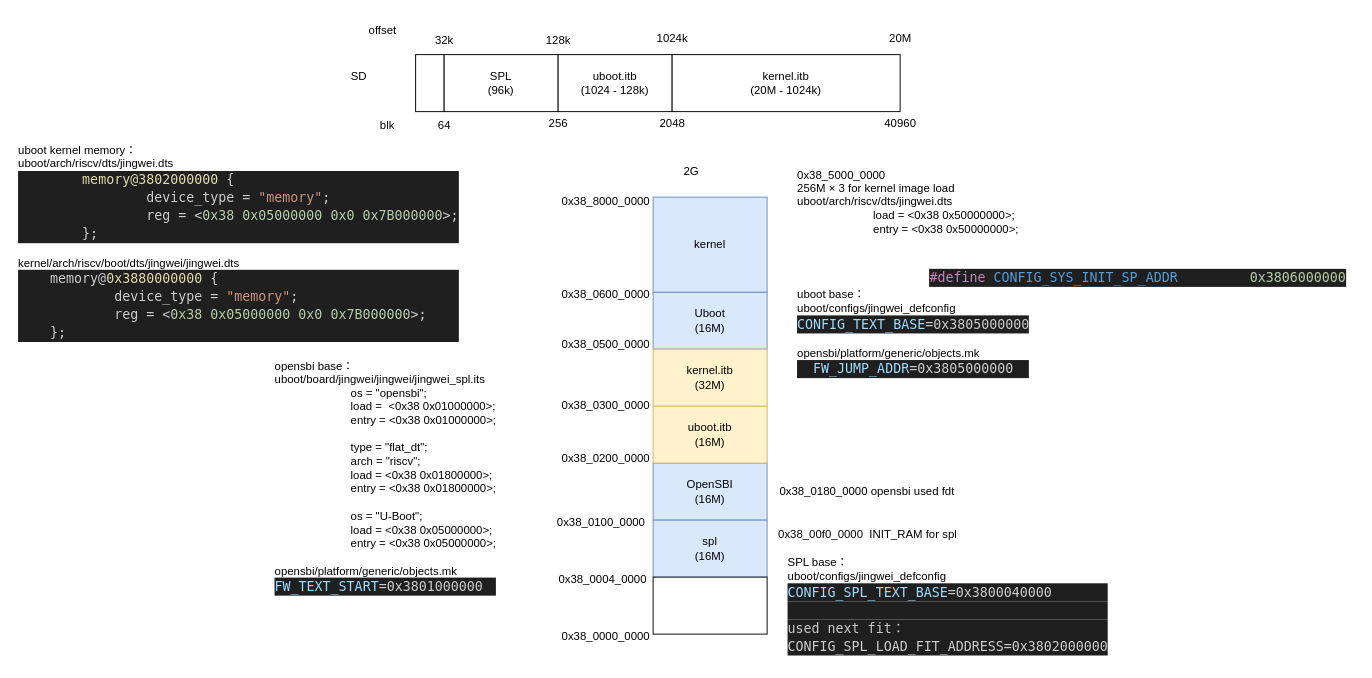
The draw.io diagram page "memory layout" (2 of 2) of jingwei.drawio in thomas-coding/drawio, before the edit. Source tidied: cells renumbered, new cells numbered last; positions are measured from the earlier drawing's top-left corner, leaving out a move shared by most shapes. Both pictures are drawn from the tidied source at 95%, with x=0, y=0 at pixel (16, 16).
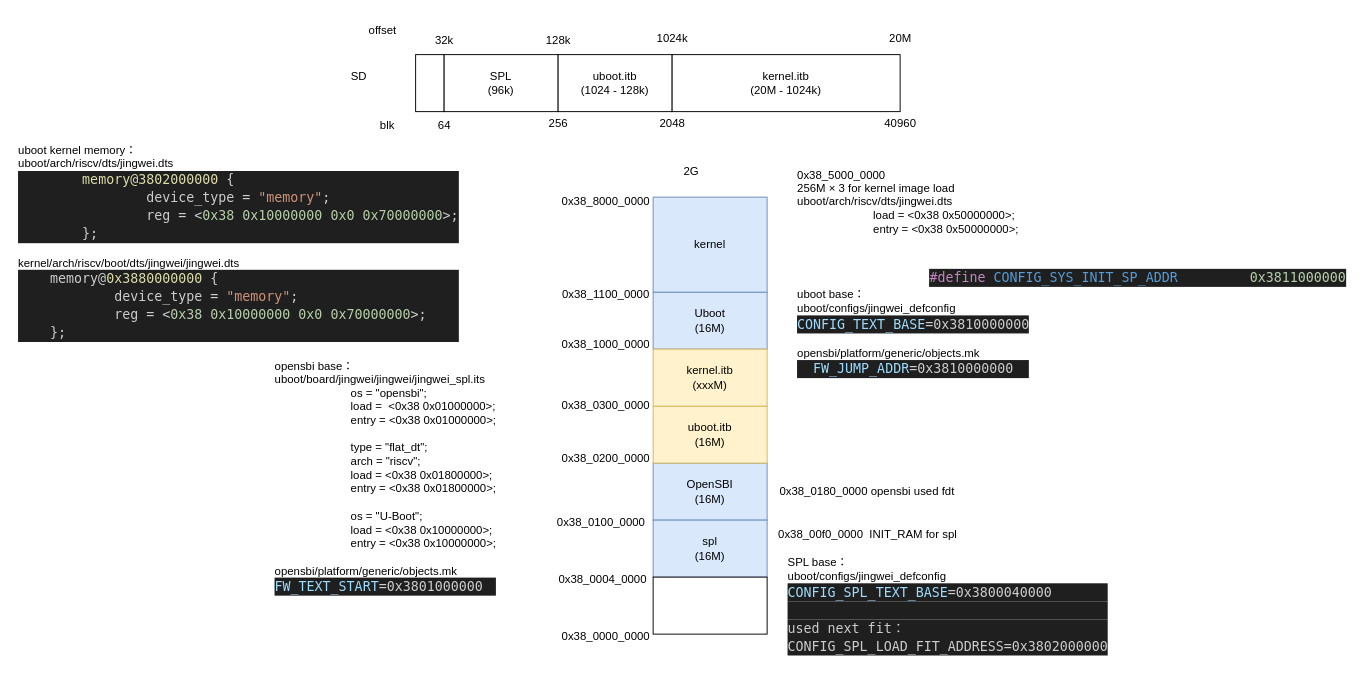
After the change.

What changed in the source:
```diff
@@
-    <mxCell id="27" value="kernel.itb&lt;br&gt;(32M)" style="rounded=0;whiteSpace=wrap;html=1;fillColor=#fff2cc;strokeColor=#d6b656;" parent="1" vertex="1">
+    <mxCell id="27" value="kernel.itb&lt;br&gt;(xxxM)" style="rounded=0;whiteSpace=wrap;html=1;fillColor=#fff2cc;strokeColor=#d6b656;" parent="1" vertex="1">
       <mxGeometry x="670" y="350" width="120" height="60" as="geometry" />
     </mxCell>
-    <mxCell id="28" value="0x38_0500_0000" style="text;html=1;align=center;verticalAlign=middle;strokeColor=none;fillColor=none;" parent="1" vertex="1">
+    <mxCell id="28" value="0x38_1000_0000" style="text;html=1;align=center;verticalAlign=middle;strokeColor=none;fillColor=none;" parent="1" vertex="1">
       <mxGeometry x="560" y="330" width="120" height="30" as="geometry" />
     </mxCell>
@@
-    <mxCell id="30" value="0x38_0600_0000" style="text;html=1;align=center;verticalAlign=middle;strokeColor=none;fillColor=none;" parent="1" vertex="1">
+    <mxCell id="30" value="0x38_1100_0000" style="text;html=1;align=center;verticalAlign=middle;strokeColor=none;fillColor=none;" parent="1" vertex="1">
       <mxGeometry x="560" y="278" width="120" height="30" as="geometry" />
     </mxCell>
@@
-    <mxCell id="33" value="&lt;div&gt;opensbi base：&lt;/div&gt;uboot/board/jingwei/jingwei/jingwei_spl.its&lt;div&gt;&lt;div&gt;&amp;nbsp; &amp;nbsp; &amp;nbsp; &amp;nbsp; &amp;nbsp; &amp;nbsp; &amp;nbsp; &amp;nbsp; &amp;nbsp; &amp;nbsp; &amp;nbsp; &amp;nbsp; os = &quot;opensbi&quot;;&lt;/div&gt;&lt;div&gt;&amp;nbsp; &amp;nbsp; &amp;nbsp; &amp;nbsp; &amp;nbsp; &amp;nbsp; &amp;nbsp; &amp;nbsp; &amp;nbsp; &amp;nbsp; &amp;nbsp; &amp;nbsp; load =&amp;nbsp; &amp;lt;0x38 0x01000000&amp;gt;;&lt;/div&gt;&lt;div&gt;&amp;nbsp; &amp;nbsp; &amp;nbsp; &amp;nbsp; &amp;nbsp; &amp;nbsp; &amp;nbsp; &amp;nbsp; &amp;nbsp; &amp;nbsp; &amp;nbsp; &amp;nbsp; entry = &amp;lt;0x38 0x01000000&amp;gt;;&lt;/div&gt;&lt;/div&gt;&lt;div&gt;&lt;br&gt;&lt;/div&gt;&lt;div&gt;&lt;div&gt;&amp;nbsp; &amp;nbsp; &amp;nbsp; &amp;nbsp; &amp;nbsp; &amp;nbsp; &amp;nbsp; &amp;nbsp; &amp;nbsp; &amp;nbsp; &amp;nbsp; &amp;nbsp; type = &quot;flat_dt&quot;;&lt;/div&gt;&lt;div&gt;&amp;nbsp; &amp;nbsp; &amp;nbsp; &amp;nbsp; &amp;nbsp; &amp;nbsp; &amp;nbsp; &amp;nbsp; &amp;nbsp; &amp;nbsp; &amp;nbsp; &amp;nbsp; arch = &quot;riscv&quot;;&lt;/div&gt;&lt;div&gt;&amp;nbsp; &amp;nbsp; &amp;nbsp; &amp;nbsp; &amp;nbsp; &amp;nbsp; &amp;nbsp; &amp;nbsp; &amp;nbsp; &amp;nbsp; &amp;nbsp; &amp;nbsp; load = &amp;lt;0x38 0x01800000&amp;gt;;&lt;/div&gt;&lt;div&gt;&amp;nbsp; &amp;nbsp; &amp;nbsp; &amp;nbsp; &amp;nbsp; &amp;nbsp; &amp;nbsp; &amp;nbsp; &amp;nbsp; &amp;nbsp; &amp;nbsp; &amp;nbsp; entry = &amp;lt;0x38 0x01800000&amp;gt;;&lt;/div&gt;&lt;/div&gt;&lt;div&gt;&lt;br&gt;&lt;/div&gt;&lt;div&gt;&lt;div&gt;&amp;nbsp; &amp;nbsp; &amp;nbsp; &amp;nbsp; &amp;nbsp; &amp;nbsp; &amp;nbsp; &amp;nbsp; &amp;nbsp; &amp;nbsp; &amp;nbsp; &amp;nbsp; os = &quot;U-Boot&quot;;&lt;/div&gt;&lt;div&gt;&amp;nbsp; &amp;nbsp; &amp;nbsp; &amp;nbsp; &amp;nbsp; &amp;nbsp; &amp;nbsp; &amp;nbsp; &amp;nbsp; &amp;nbsp; &amp;nbsp; &amp;nbsp; load = &amp;lt;0x38 0x05000000&amp;gt;;&lt;/div&gt;&lt;div&gt;&amp;nbsp; &amp;nbsp; &amp;nbsp; &amp;nbsp; &amp;nbsp; &amp;nbsp; &amp;nbsp; &amp;nbsp; &amp;nbsp; &amp;nbsp; &amp;nbsp; &amp;nbsp; entry = &amp;lt;0x38 0x05000000&amp;gt;;&lt;/div&gt;&lt;/div&gt;&lt;div&gt;&lt;br&gt;&lt;/div&gt;&lt;div&gt;opensbi/platform/generic/objects.mk&lt;br&gt;&lt;/div&gt;&lt;div&gt;&lt;div style=&quot;color: rgb(204, 204, 204); background-color: rgb(31, 31, 31); font-family: &amp;quot;Droid Sans Mono&amp;quot;, &amp;quot;monospace&amp;quot;, monospace; font-size: 14px; line-height: 19px; white-space: pre;&quot;&gt;&lt;span style=&quot;color: #9cdcfe;&quot;&gt;FW_TEXT_START&lt;/span&gt;=0x3801000000&lt;/div&gt;&lt;/div&gt;" style="text;html=1;align=left;verticalAlign=middle;strokeColor=none;fillColor=none;" parent="1" vertex="1">
+    <mxCell id="33" value="&lt;div&gt;opensbi base：&lt;/div&gt;uboot/board/jingwei/jingwei/jingwei_spl.its&lt;div&gt;&lt;div&gt;&amp;nbsp; &amp;nbsp; &amp;nbsp; &amp;nbsp; &amp;nbsp; &amp;nbsp; &amp;nbsp; &amp;nbsp; &amp;nbsp; &amp;nbsp; &amp;nbsp; &amp;nbsp; os = &quot;opensbi&quot;;&lt;/div&gt;&lt;div&gt;&amp;nbsp; &amp;nbsp; &amp;nbsp; &amp;nbsp; &amp;nbsp; &amp;nbsp; &amp;nbsp; &amp;nbsp; &amp;nbsp; &amp;nbsp; &amp;nbsp; &amp;nbsp; load =&amp;nbsp; &amp;lt;0x38 0x01000000&amp;gt;;&lt;/div&gt;&lt;div&gt;&amp;nbsp; &amp;nbsp; &amp;nbsp; &amp;nbsp; &amp;nbsp; &amp;nbsp; &amp;nbsp; &amp;nbsp; &amp;nbsp; &amp;nbsp; &amp;nbsp; &amp;nbsp; entry = &amp;lt;0x38 0x01000000&amp;gt;;&lt;/div&gt;&lt;/div&gt;&lt;div&gt;&lt;br&gt;&lt;/div&gt;&lt;div&gt;&lt;div&gt;&amp;nbsp; &amp;nbsp; &amp;nbsp; &amp;nbsp; &amp;nbsp; &amp;nbsp; &amp;nbsp; &amp;nbsp; &amp;nbsp; &amp;nbsp; &amp;nbsp; &amp;nbsp; type = &quot;flat_dt&quot;;&lt;/div&gt;&lt;div&gt;&amp;nbsp; &amp;nbsp; &amp;nbsp; &amp;nbsp; &amp;nbsp; &amp;nbsp; &amp;nbsp; &amp;nbsp; &amp;nbsp; &amp;nbsp; &amp;nbsp; &amp;nbsp; arch = &quot;riscv&quot;;&lt;/div&gt;&lt;div&gt;&amp;nbsp; &amp;nbsp; &amp;nbsp; &amp;nbsp; &amp;nbsp; &amp;nbsp; &amp;nbsp; &amp;nbsp; &amp;nbsp; &amp;nbsp; &amp;nbsp; &amp;nbsp; load = &amp;lt;0x38 0x01800000&amp;gt;;&lt;/div&gt;&lt;div&gt;&amp;nbsp; &amp;nbsp; &amp;nbsp; &amp;nbsp; &amp;nbsp; &amp;nbsp; &amp;nbsp; &amp;nbsp; &amp;nbsp; &amp;nbsp; &amp;nbsp; &amp;nbsp; entry = &amp;lt;0x38 0x01800000&amp;gt;;&lt;/div&gt;&lt;/div&gt;&lt;div&gt;&lt;br&gt;&lt;/div&gt;&lt;div&gt;&lt;div&gt;&amp;nbsp; &amp;nbsp; &amp;nbsp; &amp;nbsp; &amp;nbsp; &amp;nbsp; &amp;nbsp; &amp;nbsp; &amp;nbsp; &amp;nbsp; &amp;nbsp; &amp;nbsp; os = &quot;U-Boot&quot;;&lt;/div&gt;&lt;div&gt;&amp;nbsp; &amp;nbsp; &amp;nbsp; &amp;nbsp; &amp;nbsp; &amp;nbsp; &amp;nbsp; &amp;nbsp; &amp;nbsp; &amp;nbsp; &amp;nbsp; &amp;nbsp; load = &amp;lt;0x38 0x10000000&amp;gt;;&lt;/div&gt;&lt;div&gt;&amp;nbsp; &amp;nbsp; &amp;nbsp; &amp;nbsp; &amp;nbsp; &amp;nbsp; &amp;nbsp; &amp;nbsp; &amp;nbsp; &amp;nbsp; &amp;nbsp; &amp;nbsp; entry = &amp;lt;0x38 0x10000000&amp;gt;;&lt;/div&gt;&lt;/div&gt;&lt;div&gt;&lt;br&gt;&lt;/div&gt;&lt;div&gt;opensbi/platform/generic/objects.mk&lt;br&gt;&lt;/div&gt;&lt;div&gt;&lt;div style=&quot;color: rgb(204, 204, 204); background-color: rgb(31, 31, 31); font-family: &amp;quot;Droid Sans Mono&amp;quot;, &amp;quot;monospace&amp;quot;, monospace; font-size: 14px; line-height: 19px; white-space: pre;&quot;&gt;&lt;span style=&quot;color: #9cdcfe;&quot;&gt;FW_TEXT_START&lt;/span&gt;=0x3801000000&lt;/div&gt;&lt;/div&gt;" style="text;html=1;align=left;verticalAlign=middle;strokeColor=none;fillColor=none;" parent="1" vertex="1">
       <mxGeometry x="270" y="355" width="260" height="260" as="geometry" />
     </mxCell>
-    <mxCell id="34" value="&lt;div&gt;uboot base：&lt;/div&gt;&lt;div&gt;uboot/configs/jingwei_defconfig&lt;br&gt;&lt;/div&gt;&lt;div&gt;&lt;div style=&quot;color: rgb(204, 204, 204); background-color: rgb(31, 31, 31); font-family: &amp;quot;Droid Sans Mono&amp;quot;, &amp;quot;monospace&amp;quot;, monospace; font-size: 14px; line-height: 19px; white-space: pre;&quot;&gt;&lt;span style=&quot;color: #9cdcfe;&quot;&gt;CONFIG_TEXT_BASE&lt;/span&gt;=0x3805000000&lt;/div&gt;&lt;/div&gt;&lt;div&gt;&lt;br&gt;&lt;/div&gt;&lt;div&gt;opensbi/platform/generic/objects.mk&lt;br&gt;&lt;/div&gt;&lt;div&gt;&lt;div style=&quot;background-color: rgb(31, 31, 31); line-height: 19px; white-space: pre; font-size: 14px; font-family: &amp;quot;Droid Sans Mono&amp;quot;, &amp;quot;monospace&amp;quot;, monospace; color: rgb(204, 204, 204);&quot;&gt;&lt;div style=&quot;line-height: 19px;&quot;&gt;  &lt;span style=&quot;color: #9cdcfe;&quot;&gt;FW_JUMP_ADDR&lt;/span&gt;=0x3805000000&lt;/div&gt;&lt;/div&gt;&lt;/div&gt;" style="text;html=1;align=left;verticalAlign=middle;strokeColor=none;fillColor=none;" parent="1" vertex="1">
+    <mxCell id="34" value="&lt;div&gt;uboot base：&lt;/div&gt;&lt;div&gt;uboot/configs/jingwei_defconfig&lt;br&gt;&lt;/div&gt;&lt;div&gt;&lt;div style=&quot;color: rgb(204, 204, 204); background-color: rgb(31, 31, 31); font-family: &amp;quot;Droid Sans Mono&amp;quot;, &amp;quot;monospace&amp;quot;, monospace; font-size: 14px; line-height: 19px; white-space: pre;&quot;&gt;&lt;span style=&quot;color: #9cdcfe;&quot;&gt;CONFIG_TEXT_BASE&lt;/span&gt;=0x3810000000&lt;/div&gt;&lt;/div&gt;&lt;div&gt;&lt;br&gt;&lt;/div&gt;&lt;div&gt;opensbi/platform/generic/objects.mk&lt;br&gt;&lt;/div&gt;&lt;div&gt;&lt;div style=&quot;background-color: rgb(31, 31, 31); line-height: 19px; white-space: pre; font-size: 14px; font-family: &amp;quot;Droid Sans Mono&amp;quot;, &amp;quot;monospace&amp;quot;, monospace; color: rgb(204, 204, 204);&quot;&gt;&lt;div style=&quot;line-height: 19px;&quot;&gt;  &lt;span style=&quot;color: #9cdcfe;&quot;&gt;FW_JUMP_ADDR&lt;/span&gt;=0x3810000000&lt;/div&gt;&lt;/div&gt;&lt;/div&gt;" style="text;html=1;align=left;verticalAlign=middle;strokeColor=none;fillColor=none;" parent="1" vertex="1">
       <mxGeometry x="820" y="278" width="270" height="110" as="geometry" />
     </mxCell>
@@
-    <mxCell id="36" value="uboot kernel memory：&lt;div&gt;uboot/arch/riscv/dts/jingwei.dts&lt;br&gt;&lt;/div&gt;&lt;div&gt;&lt;div style=&quot;color: rgb(204, 204, 204); background-color: rgb(31, 31, 31); font-family: &amp;quot;Droid Sans Mono&amp;quot;, &amp;quot;monospace&amp;quot;, monospace; font-size: 14px; line-height: 19px; white-space: pre;&quot;&gt;&lt;div&gt;        &lt;span style=&quot;color: #dcdcaa;&quot;&gt;memory@3802000000&lt;/span&gt; {&lt;/div&gt;&lt;div&gt;                device_type = &lt;span style=&quot;color: #ce9178;&quot;&gt;&quot;memory&quot;&lt;/span&gt;;&lt;/div&gt;&lt;div&gt;                reg = &amp;lt;&lt;span style=&quot;color: #b5cea8;&quot;&gt;0x38&lt;/span&gt; &lt;span style=&quot;color: #b5cea8;&quot;&gt;0x05000000&lt;/span&gt; &lt;span style=&quot;color: #b5cea8;&quot;&gt;0x0&lt;/span&gt; &lt;span style=&quot;color: rgb(181, 206, 168);&quot;&gt;0x7B000000&lt;/span&gt;&amp;gt;;&lt;br&gt;&lt;/div&gt;&lt;div&gt;        };&lt;/div&gt;&lt;/div&gt;&lt;/div&gt;&lt;div&gt;&lt;br&gt;&lt;/div&gt;&lt;div&gt;kernel/arch/riscv/boot/dts/jingwei/jingwei.dts&lt;br&gt;&lt;/div&gt;&lt;div&gt;&lt;div style=&quot;color: rgb(204, 204, 204); background-color: rgb(31, 31, 31); font-family: &amp;quot;Droid Sans Mono&amp;quot;, &amp;quot;monospace&amp;quot;, monospace; font-size: 14px; line-height: 19px; white-space: pre;&quot;&gt;&lt;div&gt;    memory@&lt;span style=&quot;color: #dcdcaa;&quot;&gt;0x3880000000&lt;/span&gt; {&lt;/div&gt;&lt;div&gt;            device_type = &lt;span style=&quot;color: #ce9178;&quot;&gt;&quot;memory&quot;&lt;/span&gt;;&lt;/div&gt;&lt;div&gt;            reg = &amp;lt;&lt;span style=&quot;color: #b5cea8;&quot;&gt;0x38&lt;/span&gt; &lt;span style=&quot;color: #b5cea8;&quot;&gt;0x05000000&lt;/span&gt; &lt;span style=&quot;color: #b5cea8;&quot;&gt;0x0&lt;/span&gt; &lt;span style=&quot;color: rgb(181, 206, 168);&quot;&gt;0x7B000000&lt;/span&gt;&amp;gt;;&lt;br&gt;&lt;/div&gt;&lt;div&gt;    };&lt;/div&gt;&lt;/div&gt;&lt;/div&gt;" style="text;html=1;align=left;verticalAlign=middle;strokeColor=none;fillColor=none;" parent="1" vertex="1">
+    <mxCell id="36" value="uboot kernel memory：&lt;div&gt;uboot/arch/riscv/dts/jingwei.dts&lt;br&gt;&lt;/div&gt;&lt;div&gt;&lt;div style=&quot;color: rgb(204, 204, 204); background-color: rgb(31, 31, 31); font-family: &amp;quot;Droid Sans Mono&amp;quot;, &amp;quot;monospace&amp;quot;, monospace; font-size: 14px; line-height: 19px; white-space: pre;&quot;&gt;&lt;div&gt;        &lt;span style=&quot;color: #dcdcaa;&quot;&gt;memory@3802000000&lt;/span&gt; {&lt;/div&gt;&lt;div&gt;                device_type = &lt;span style=&quot;color: #ce9178;&quot;&gt;&quot;memory&quot;&lt;/span&gt;;&lt;/div&gt;&lt;div&gt;                reg = &amp;lt;&lt;span style=&quot;color: rgb(181, 206, 168);&quot;&gt;0x38&lt;/span&gt; &lt;span style=&quot;color: rgb(181, 206, 168);&quot;&gt;0x10000000&lt;/span&gt; &lt;span style=&quot;color: rgb(181, 206, 168);&quot;&gt;0x0&lt;/span&gt; &lt;span style=&quot;color: rgb(181, 206, 168);&quot;&gt;0x70000000&lt;/span&gt;&amp;gt;;&lt;br&gt;&lt;/div&gt;&lt;div&gt;        };&lt;/div&gt;&lt;/div&gt;&lt;/div&gt;&lt;div&gt;&lt;br&gt;&lt;/div&gt;&lt;div&gt;kernel/arch/riscv/boot/dts/jingwei/jingwei.dts&lt;br&gt;&lt;/div&gt;&lt;div&gt;&lt;div style=&quot;color: rgb(204, 204, 204); background-color: rgb(31, 31, 31); font-family: &amp;quot;Droid Sans Mono&amp;quot;, &amp;quot;monospace&amp;quot;, monospace; font-size: 14px; line-height: 19px; white-space: pre;&quot;&gt;&lt;div&gt;    memory@&lt;span style=&quot;color: #dcdcaa;&quot;&gt;0x3880000000&lt;/span&gt; {&lt;/div&gt;&lt;div&gt;            device_type = &lt;span style=&quot;color: #ce9178;&quot;&gt;&quot;memory&quot;&lt;/span&gt;;&lt;/div&gt;&lt;div&gt;            reg = &amp;lt;&lt;span style=&quot;color: rgb(181, 206, 168);&quot;&gt;0x38&lt;/span&gt; &lt;span style=&quot;color: rgb(181, 206, 168);&quot;&gt;0x10000000&lt;/span&gt; &lt;span style=&quot;color: rgb(181, 206, 168);&quot;&gt;0x0&lt;/span&gt; &lt;span style=&quot;color: rgb(181, 206, 168);&quot;&gt;0x70000000&lt;/span&gt;&amp;gt;;&lt;br&gt;&lt;/div&gt;&lt;div&gt;    };&lt;/div&gt;&lt;/div&gt;&lt;/div&gt;" style="text;html=1;align=left;verticalAlign=middle;strokeColor=none;fillColor=none;" parent="1" vertex="1">
       <mxGeometry y="128" width="490" height="220" as="geometry" />
     </mxCell>
@@
-    <mxCell id="40" value="&lt;div style=&quot;background-color: rgb(31, 31, 31); line-height: 19px; white-space: pre; font-size: 14px; font-family: &amp;quot;Droid Sans Mono&amp;quot;, &amp;quot;monospace&amp;quot;, monospace; color: rgb(204, 204, 204);&quot;&gt;&lt;div style=&quot;line-height: 19px;&quot;&gt;&lt;span style=&quot;color: #c586c0;&quot;&gt;#define&lt;/span&gt;&lt;span style=&quot;color: #569cd6;&quot;&gt; CONFIG_SYS_INIT_SP_ADDR         &lt;/span&gt;&lt;span style=&quot;color: #b5cea8;&quot;&gt;0x3806000000&lt;/span&gt;&lt;/div&gt;&lt;/div&gt;" style="text;html=1;align=center;verticalAlign=middle;strokeColor=none;fillColor=none;" parent="1" vertex="1">
+    <mxCell id="40" value="&lt;div style=&quot;background-color: rgb(31, 31, 31); line-height: 19px; white-space: pre; font-size: 14px; font-family: &amp;quot;Droid Sans Mono&amp;quot;, &amp;quot;monospace&amp;quot;, monospace; color: rgb(204, 204, 204);&quot;&gt;&lt;div style=&quot;line-height: 19px;&quot;&gt;&lt;span style=&quot;color: #c586c0;&quot;&gt;#define&lt;/span&gt;&lt;span style=&quot;color: #569cd6;&quot;&gt; CONFIG_SYS_INIT_SP_ADDR         &lt;/span&gt;&lt;span style=&quot;color: #b5cea8;&quot;&gt;0x3811000000&lt;/span&gt;&lt;/div&gt;&lt;/div&gt;" style="text;html=1;align=center;verticalAlign=middle;strokeColor=none;fillColor=none;" parent="1" vertex="1">
       <mxGeometry x="950" y="260" width="460" height="30" as="geometry" />
     </mxCell>
```
